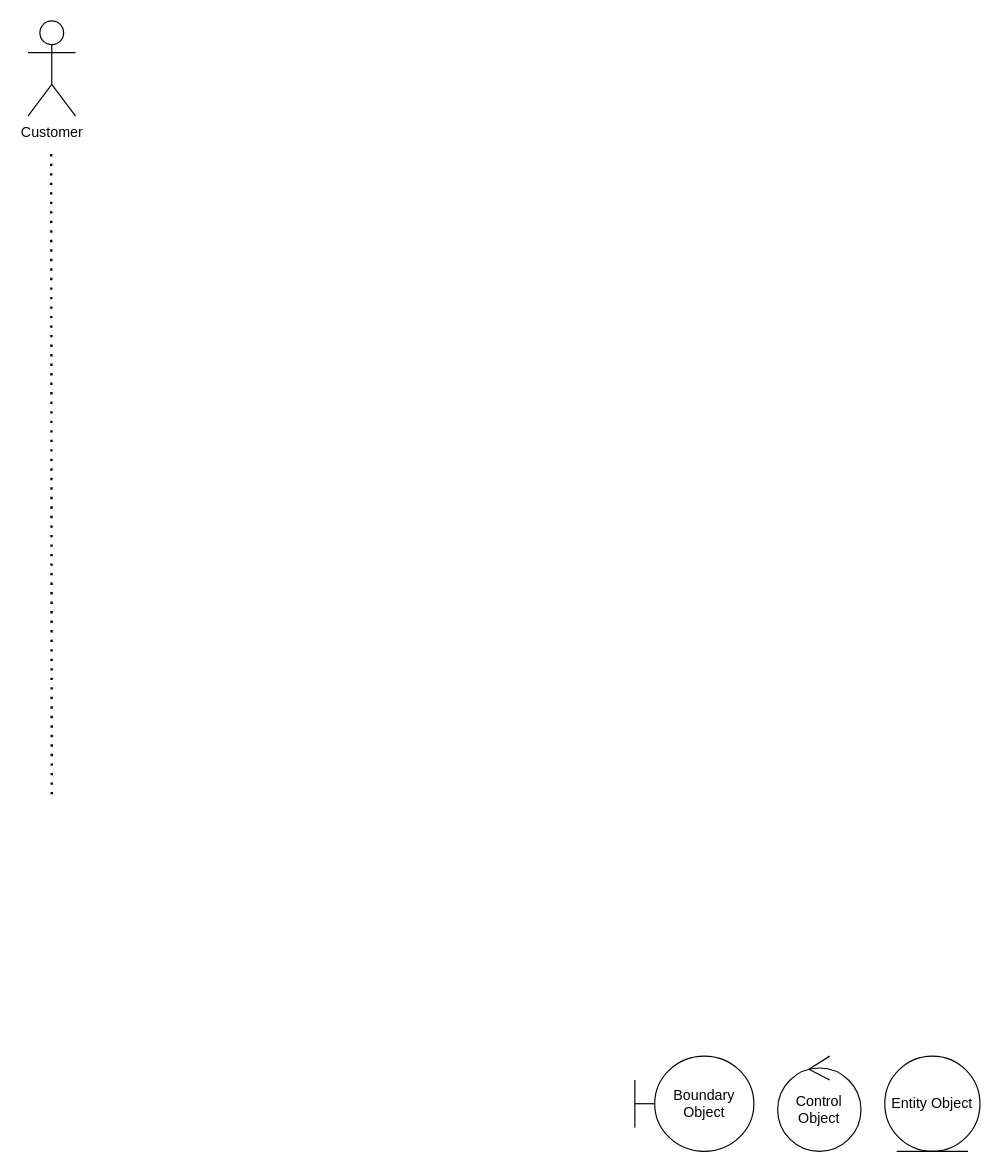
munkeawtoast/isad-diagrams keeps this draw.io diagram as page "Page-1" (1 of 2) of Request Durian info and FAQ.drawio. Above is the earlier version. Source tidied: cells renumbered, new cells numbered last; positions are measured from the earlier drawing's top-left corner, leaving out a move shared by most shapes. Both pictures are drawn from the tidied source at 119%, with x=0, y=0 at pixel (27, 20).
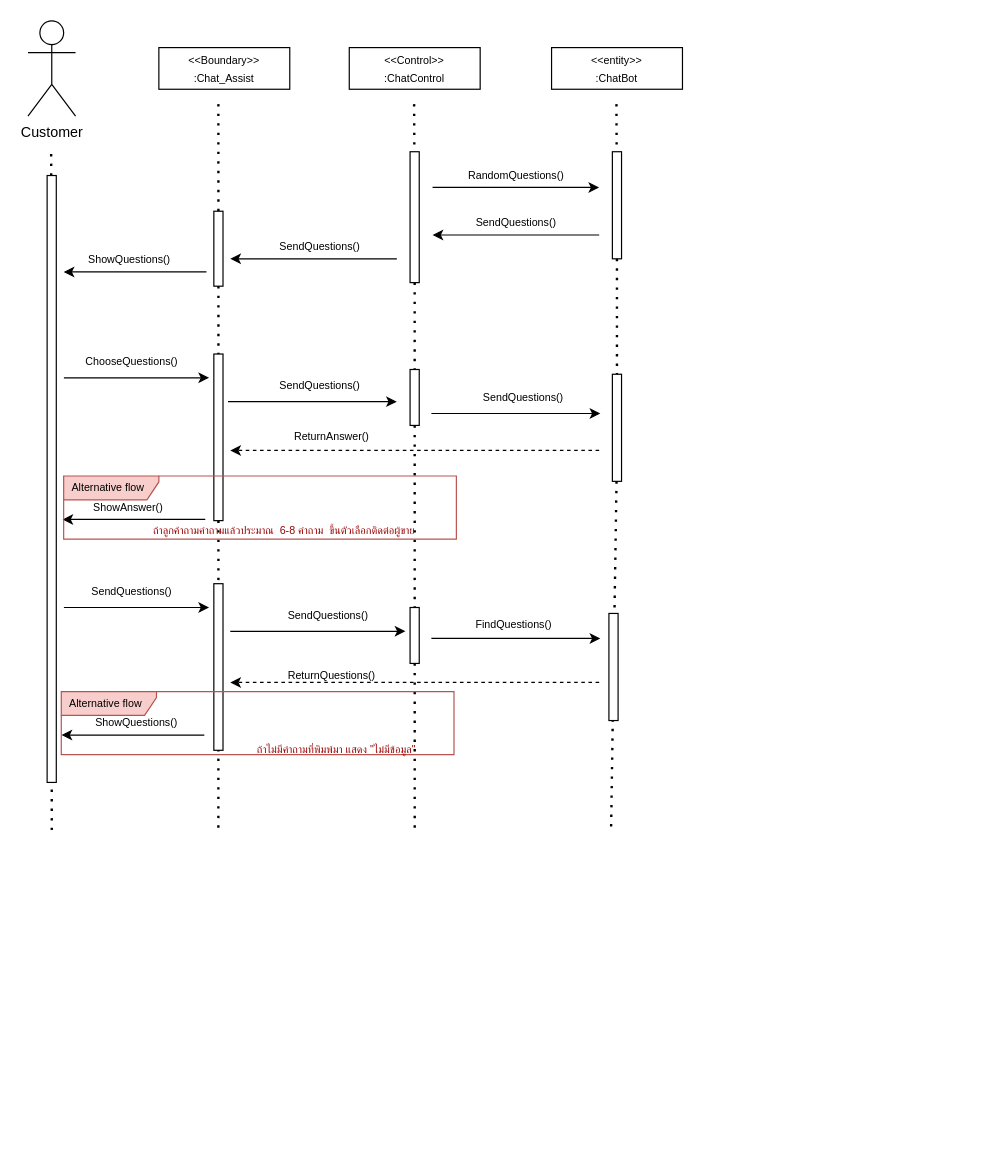
After the change.

The edit, as a diff of the source:
```diff
@@
-    <mxCell id="2" value="Entity Object" style="ellipse;shape=umlEntity;whiteSpace=wrap;html=1;" parent="1" vertex="1">
-      <mxGeometry x="720" y="870" width="80" height="80" as="geometry" />
-    </mxCell>
-    <mxCell id="3" value="Boundary Object" style="shape=umlBoundary;whiteSpace=wrap;html=1;" parent="1" vertex="1">
-      <mxGeometry x="510" y="870" width="100" height="80" as="geometry" />
-    </mxCell>
-    <mxCell id="4" value="Control Object" style="ellipse;shape=umlControl;whiteSpace=wrap;html=1;" parent="1" vertex="1">
-      <mxGeometry x="630" y="870" width="70" height="80" as="geometry" />
-    </mxCell>
@@
-    <mxCell id="6" style="endArrow=none;dashed=1;html=1;dashPattern=1 3;strokeWidth=2;" parent="1" edge="1">
+    <mxCell id="6" style="endArrow=none;dashed=1;html=1;dashPattern=1 3;strokeWidth=2;startArrow=none;" parent="1" edge="1" source="8">
       <mxGeometry relative="1" as="geometry">
-        <mxPoint x="20" y="650" as="sourcePoint" />
         <mxPoint x="19.5" y="110" as="targetPoint" />
       </mxGeometry>
     </mxCell>
+    <mxCell id="7" style="endArrow=none;dashed=1;html=1;dashPattern=1 3;strokeWidth=2;" parent="1" edge="1" target="8">
+      <mxGeometry relative="1" as="geometry">
+        <mxPoint x="20" y="680" as="sourcePoint" />
+      </mxGeometry>
+    </mxCell>
+    <mxCell id="8" style="rounded=0;whiteSpace=wrap;html=1;fontSize=9;" parent="1" vertex="1">
+      <mxGeometry x="16.1" y="130" width="7.7" height="510" as="geometry" />
+    </mxCell>
+    <mxCell id="9" value="&lt;font style=&quot;font-size: 9px;&quot;&gt;&amp;lt;&amp;lt;Boundary&amp;gt;&amp;gt;&lt;br&gt;:Chat_Assist&lt;br&gt;&lt;/font&gt;" style="rounded=0;whiteSpace=wrap;html=1;" parent="1" vertex="1">
+      <mxGeometry x="110" y="22.5" width="110" height="35" as="geometry" />
+    </mxCell>
+    <mxCell id="10" value="&lt;font style=&quot;font-size: 9px;&quot;&gt;&amp;lt;&amp;lt;Control&amp;gt;&amp;gt;&lt;br&gt;:ChatControl&lt;br&gt;&lt;/font&gt;" style="rounded=0;whiteSpace=wrap;html=1;" parent="1" vertex="1">
+      <mxGeometry x="270" y="22.5" width="110" height="35" as="geometry" />
+    </mxCell>
+    <mxCell id="11" value="&lt;font style=&quot;font-size: 9px;&quot;&gt;&amp;lt;&amp;lt;entity&amp;gt;&amp;gt;&lt;br&gt;:ChatBot&lt;/font&gt;" style="rounded=0;whiteSpace=wrap;html=1;" parent="1" vertex="1">
+      <mxGeometry x="440" y="22.5" width="110" height="35" as="geometry" />
+    </mxCell>
+    <mxCell id="12" style="endArrow=none;dashed=1;html=1;dashPattern=1 3;strokeWidth=2;startArrow=none;" parent="1" edge="1" source="17">
+      <mxGeometry relative="1" as="geometry">
+        <mxPoint x="325" y="680" as="targetPoint" />
+      </mxGeometry>
+    </mxCell>
+    <mxCell id="13" style="endArrow=classic;html=1;verticalAlign=top;" parent="1" edge="1">
+      <mxGeometry relative="1" as="geometry">
+        <mxPoint x="480" y="180" as="sourcePoint" />
+        <mxPoint x="340" y="180" as="targetPoint" />
+      </mxGeometry>
+    </mxCell>
+    <mxCell id="14" style="endArrow=none;dashed=1;html=1;dashPattern=1 3;strokeWidth=2;startArrow=none;" parent="1" edge="1" target="15">
+      <mxGeometry relative="1" as="geometry">
+        <mxPoint x="494.5" y="70" as="sourcePoint" />
+      </mxGeometry>
+    </mxCell>
+    <mxCell id="15" style="rounded=0;whiteSpace=wrap;html=1;fontSize=9;" parent="1" vertex="1">
+      <mxGeometry x="491.1" y="110" width="7.7" height="90" as="geometry" />
+    </mxCell>
+    <mxCell id="16" style="endArrow=none;dashed=1;html=1;dashPattern=1 3;strokeWidth=2;startArrow=none;" parent="1" edge="1" target="17">
+      <mxGeometry relative="1" as="geometry">
+        <mxPoint x="324.5" y="70" as="sourcePoint" />
+      </mxGeometry>
+    </mxCell>
+    <mxCell id="17" style="rounded=0;whiteSpace=wrap;html=1;fontSize=9;" parent="1" vertex="1">
+      <mxGeometry x="321.1" y="110" width="7.7" height="110" as="geometry" />
+    </mxCell>
+    <mxCell id="18" style="endArrow=classic;html=1;" parent="1" edge="1">
+      <mxGeometry relative="1" as="geometry">
+        <mxPoint x="310" y="200" as="sourcePoint" />
+        <mxPoint x="170" y="200" as="targetPoint" />
+      </mxGeometry>
+    </mxCell>
+    <mxCell id="19" style="endArrow=classic;html=1;verticalAlign=top;" parent="1" edge="1">
+      <mxGeometry relative="1" as="geometry">
+        <mxPoint x="340" y="140" as="sourcePoint" />
+        <mxPoint x="480" y="140" as="targetPoint" />
+      </mxGeometry>
+    </mxCell>
+    <mxCell id="20" value="RandomQuestions()" style="text;html=1;align=center;verticalAlign=middle;strokeColor=none;fillColor=none;fontSize=9;" parent="1" vertex="1">
+      <mxGeometry x="360" y="120" width="100" height="20" as="geometry" />
+    </mxCell>
+    <mxCell id="21" value="SendQuestions()" style="text;html=1;align=center;verticalAlign=middle;strokeColor=none;fillColor=none;fontSize=9;" parent="1" vertex="1">
+      <mxGeometry x="365" y="160" width="90" height="20" as="geometry" />
+    </mxCell>
+    <mxCell id="22" value="SendQuestions()" style="text;html=1;align=center;verticalAlign=middle;strokeColor=none;fillColor=none;fontSize=9;" parent="1" vertex="1">
+      <mxGeometry x="200" y="180" width="90" height="20" as="geometry" />
+    </mxCell>
+    <mxCell id="23" value="ShowQuestions()" style="text;html=1;align=center;verticalAlign=middle;strokeColor=none;fillColor=none;fontSize=9;" parent="1" vertex="1">
+      <mxGeometry x="40" y="191" width="90" height="20" as="geometry" />
+    </mxCell>
+    <mxCell id="24" style="endArrow=classic;html=1;verticalAlign=top;" parent="1" edge="1">
+      <mxGeometry relative="1" as="geometry">
+        <mxPoint x="150" y="211" as="sourcePoint" />
+        <mxPoint x="30" y="211" as="targetPoint" />
+      </mxGeometry>
+    </mxCell>
+    <mxCell id="25" style="endArrow=none;dashed=1;html=1;dashPattern=1 3;strokeWidth=2;startArrow=none;" parent="1" edge="1" source="29">
+      <mxGeometry relative="1" as="geometry">
+        <mxPoint x="160" y="680" as="targetPoint" />
+      </mxGeometry>
+    </mxCell>
+    <mxCell id="26" style="endArrow=none;dashed=1;html=1;dashPattern=1 3;strokeWidth=2;startArrow=none;" parent="1" edge="1" target="27">
+      <mxGeometry relative="1" as="geometry">
+        <mxPoint x="160" y="70" as="sourcePoint" />
+      </mxGeometry>
+    </mxCell>
+    <mxCell id="27" style="rounded=0;whiteSpace=wrap;html=1;fontSize=9;" parent="1" vertex="1">
+      <mxGeometry x="156.2" y="160" width="7.7" height="63" as="geometry" />
+    </mxCell>
+    <mxCell id="28" style="endArrow=none;dashed=1;html=1;dashPattern=1 3;strokeWidth=2;startArrow=none;" parent="1" edge="1" source="27" target="29">
+      <mxGeometry relative="1" as="geometry" />
+    </mxCell>
+    <mxCell id="29" style="rounded=0;whiteSpace=wrap;html=1;fontSize=9;" parent="1" vertex="1">
+      <mxGeometry x="156.2" y="280" width="7.7" height="140" as="geometry" />
+    </mxCell>
+    <mxCell id="30" style="endArrow=classic;html=1;verticalAlign=top;" parent="1" edge="1">
+      <mxGeometry relative="1" as="geometry">
+        <mxPoint x="30.2" y="300" as="sourcePoint" />
+        <mxPoint x="152.2" y="300" as="targetPoint" />
+      </mxGeometry>
+    </mxCell>
+    <mxCell id="31" value="ChooseQuestions()" style="text;html=1;align=center;verticalAlign=middle;strokeColor=none;fillColor=none;fontSize=9;" parent="1" vertex="1">
+      <mxGeometry x="37" y="277" width="100" height="20" as="geometry" />
+    </mxCell>
+    <mxCell id="32" style="endArrow=classic;html=1;verticalAlign=top;" parent="1" edge="1">
+      <mxGeometry relative="1" as="geometry">
+        <mxPoint x="168.1" y="320" as="sourcePoint" />
+        <mxPoint x="310" y="320" as="targetPoint" />
+      </mxGeometry>
+    </mxCell>
+    <mxCell id="33" value="SendQuestions()" style="text;html=1;align=center;verticalAlign=middle;strokeColor=none;fillColor=none;fontSize=9;" parent="1" vertex="1">
+      <mxGeometry x="200" y="297" width="90" height="20" as="geometry" />
+    </mxCell>
+    <mxCell id="34" style="rounded=0;whiteSpace=wrap;html=1;fontSize=9;" parent="1" vertex="1">
+      <mxGeometry x="321.1" y="293" width="7.7" height="47" as="geometry" />
+    </mxCell>
+    <mxCell id="35" style="endArrow=classic;html=1;verticalAlign=top;" parent="1" edge="1">
+      <mxGeometry relative="1" as="geometry">
+        <mxPoint x="339" y="330" as="sourcePoint" />
+        <mxPoint x="481" y="330" as="targetPoint" />
+      </mxGeometry>
+    </mxCell>
+    <mxCell id="36" value="SendQuestions()" style="text;html=1;align=center;verticalAlign=middle;strokeColor=none;fillColor=none;fontSize=9;" parent="1" vertex="1">
+      <mxGeometry x="371" y="307" width="90" height="20" as="geometry" />
+    </mxCell>
+    <mxCell id="37" style="endArrow=none;dashed=1;html=1;dashPattern=1 3;strokeWidth=2;startArrow=none;" parent="1" edge="1" source="15" target="38">
+      <mxGeometry relative="1" as="geometry" />
+    </mxCell>
+    <mxCell id="38" style="rounded=0;whiteSpace=wrap;html=1;fontSize=9;" parent="1" vertex="1">
+      <mxGeometry x="491.1" y="297" width="7.7" height="90" as="geometry" />
+    </mxCell>
+    <mxCell id="39" style="endArrow=classic;html=1;fontSize=9;dashed=1;" parent="1" edge="1">
+      <mxGeometry relative="1" as="geometry">
+        <mxPoint x="480" y="361" as="sourcePoint" />
+        <mxPoint x="170" y="361" as="targetPoint" />
+      </mxGeometry>
+    </mxCell>
+    <mxCell id="40" value="ReturnAnswer()" style="text;html=1;align=center;verticalAlign=middle;strokeColor=none;fillColor=none;fontSize=9;" parent="1" vertex="1">
+      <mxGeometry x="210" y="340" width="90" height="20" as="geometry" />
+    </mxCell>
+    <mxCell id="41" value="ShowAnswer()" style="text;html=1;align=center;verticalAlign=middle;strokeColor=none;fillColor=none;fontSize=9;" parent="1" vertex="1">
+      <mxGeometry x="44" y="399" width="80" height="20" as="geometry" />
+    </mxCell>
+    <mxCell id="42" style="endArrow=classic;html=1;verticalAlign=top;" parent="1" edge="1">
+      <mxGeometry relative="1" as="geometry">
+        <mxPoint x="149" y="419" as="sourcePoint" />
+        <mxPoint x="29" y="419" as="targetPoint" />
+      </mxGeometry>
+    </mxCell>
+    <mxCell id="43" value="&lt;font style=&quot;font-size: 9px;&quot;&gt;Alternative flow&lt;/font&gt;" style="shape=umlFrame;whiteSpace=wrap;html=1;width=80;height=20;boundedLbl=1;verticalAlign=middle;align=left;spacingLeft=5;strokeWidth=1;fontSize=9;fillColor=#f8cecc;strokeColor=#b85450;" parent="1" vertex="1">
+      <mxGeometry x="30" y="382.5" width="330" height="53" as="geometry" />
+    </mxCell>
+    <mxCell id="44" style="endArrow=none;dashed=1;html=1;dashPattern=1 3;strokeWidth=2;startArrow=none;" parent="1" edge="1">
+      <mxGeometry relative="1" as="geometry">
+        <mxPoint x="494.6" y="387" as="sourcePoint" />
+        <mxPoint x="490" y="680" as="targetPoint" />
+      </mxGeometry>
+    </mxCell>
+    <mxCell id="45" value="ถ้าลูกค้าถามคำถามแล้วประมาณ&amp;nbsp; 6-8 คำถาม&amp;nbsp; ขึ้นตัวเลือกติดต่อผู้ขาย" style="text;html=1;align=center;verticalAlign=middle;fontSize=9;fontColor=#990000;" parent="1" vertex="1">
+      <mxGeometry x="80" y="419" width="270" height="20" as="geometry" />
+    </mxCell>
+    <mxCell id="46" style="rounded=0;whiteSpace=wrap;html=1;fontSize=9;" parent="1" vertex="1">
+      <mxGeometry x="156.2" y="473" width="7.7" height="140" as="geometry" />
+    </mxCell>
+    <mxCell id="47" style="endArrow=classic;html=1;verticalAlign=top;" parent="1" edge="1">
+      <mxGeometry relative="1" as="geometry">
+        <mxPoint x="30.2" y="493" as="sourcePoint" />
+        <mxPoint x="152.2" y="493" as="targetPoint" />
+      </mxGeometry>
+    </mxCell>
+    <mxCell id="48" value="SendQuestions()" style="text;html=1;align=center;verticalAlign=middle;strokeColor=none;fillColor=none;fontSize=9;" parent="1" vertex="1">
+      <mxGeometry x="42" y="470" width="90" height="20" as="geometry" />
+    </mxCell>
+    <mxCell id="49" style="rounded=0;whiteSpace=wrap;html=1;fontSize=9;" parent="1" vertex="1">
+      <mxGeometry x="321.1" y="493" width="7.7" height="47" as="geometry" />
+    </mxCell>
+    <mxCell id="50" style="endArrow=classic;html=1;verticalAlign=top;" parent="1" edge="1">
+      <mxGeometry relative="1" as="geometry">
+        <mxPoint x="170" y="513" as="sourcePoint" />
+        <mxPoint x="317.2" y="513" as="targetPoint" />
+      </mxGeometry>
+    </mxCell>
+    <mxCell id="51" value="SendQuestions()" style="text;html=1;align=center;verticalAlign=middle;strokeColor=none;fillColor=none;fontSize=9;" parent="1" vertex="1">
+      <mxGeometry x="207" y="490" width="90" height="20" as="geometry" />
+    </mxCell>
+    <mxCell id="52" style="endArrow=classic;html=1;verticalAlign=top;" parent="1" edge="1">
+      <mxGeometry relative="1" as="geometry">
+        <mxPoint x="339" y="519" as="sourcePoint" />
+        <mxPoint x="481" y="519" as="targetPoint" />
+      </mxGeometry>
+    </mxCell>
+    <mxCell id="53" value="FindQuestions()" style="text;html=1;align=center;verticalAlign=middle;strokeColor=none;fillColor=none;fontSize=9;" parent="1" vertex="1">
+      <mxGeometry x="363" y="498" width="90" height="20" as="geometry" />
+    </mxCell>
+    <mxCell id="54" style="rounded=0;whiteSpace=wrap;html=1;fontSize=9;" parent="1" vertex="1">
+      <mxGeometry x="488.2" y="498" width="7.7" height="90" as="geometry" />
+    </mxCell>
+    <mxCell id="55" style="endArrow=classic;html=1;fontSize=9;dashed=1;" parent="1" edge="1">
+      <mxGeometry relative="1" as="geometry">
+        <mxPoint x="480" y="556" as="sourcePoint" />
+        <mxPoint x="170" y="556" as="targetPoint" />
+      </mxGeometry>
+    </mxCell>
+    <mxCell id="56" value="&lt;br&gt;ReturnQuestions()" style="text;html=1;align=center;verticalAlign=middle;strokeColor=none;fillColor=none;fontSize=9;" parent="1" vertex="1">
+      <mxGeometry x="205" y="525" width="100" height="40" as="geometry" />
+    </mxCell>
+    <mxCell id="57" value="ShowQuestions()" style="text;html=1;align=center;verticalAlign=middle;strokeColor=none;fillColor=none;fontSize=9;" parent="1" vertex="1">
+      <mxGeometry x="46.2" y="580.2" width="90" height="20" as="geometry" />
+    </mxCell>
+    <mxCell id="58" style="endArrow=classic;html=1;verticalAlign=top;" parent="1" edge="1">
+      <mxGeometry relative="1" as="geometry">
+        <mxPoint x="148.2" y="600.2" as="sourcePoint" />
+        <mxPoint x="28.2" y="600.2" as="targetPoint" />
+      </mxGeometry>
+    </mxCell>
+    <mxCell id="59" value="&lt;font style=&quot;font-size: 9px;&quot;&gt;Alternative flow&lt;/font&gt;" style="shape=umlFrame;whiteSpace=wrap;html=1;width=80;height=20;boundedLbl=1;verticalAlign=middle;align=left;spacingLeft=5;strokeWidth=1;fontSize=9;fillColor=#f8cecc;strokeColor=#b85450;" parent="1" vertex="1">
+      <mxGeometry x="28" y="563.7" width="330" height="53" as="geometry" />
+    </mxCell>
+    <mxCell id="60" value="ถ้าไม่มีคำถามที่พิมพ์มา แสดง &quot;ไม่มีข้อมูล&quot;" style="text;html=1;align=center;verticalAlign=middle;fontSize=9;fontColor=#990000;" parent="1" vertex="1">
+      <mxGeometry x="169.2" y="602.7" width="180" height="20" as="geometry" />
+    </mxCell>
```
